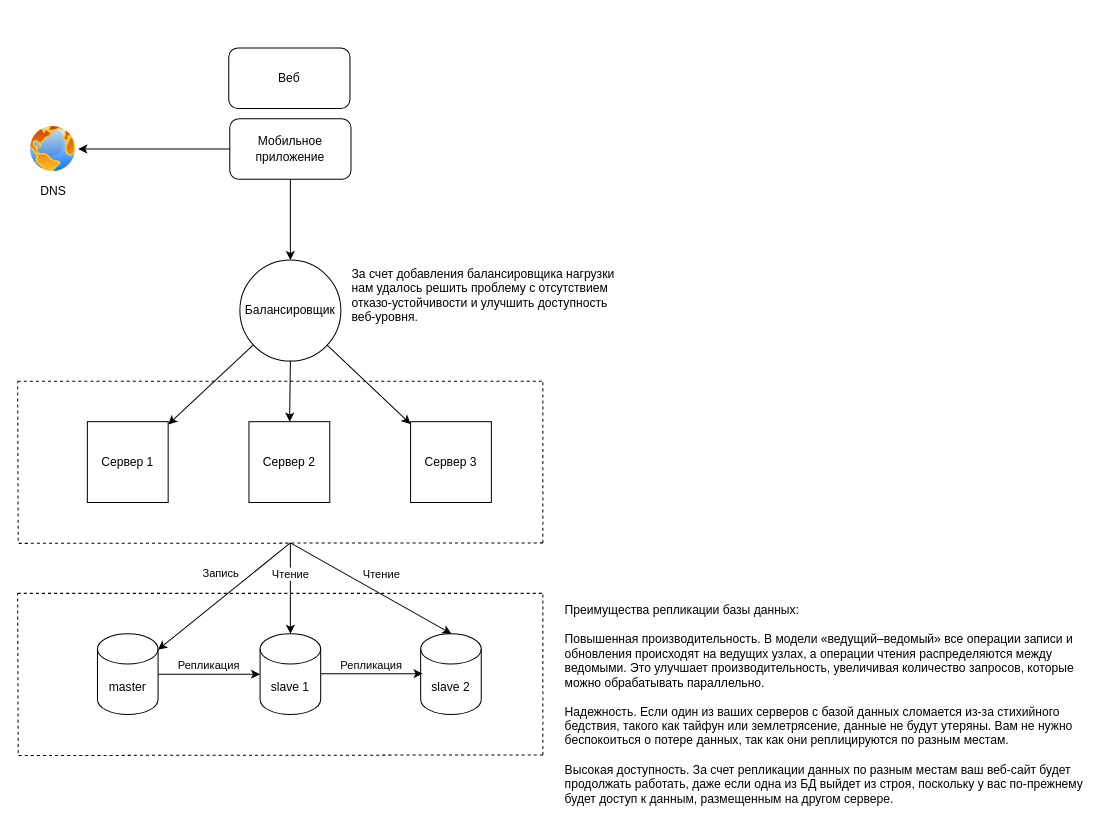
Before: system_design.drawio in agorinenko/system-design-interview, a draw.io diagram. Source tidied: cells renumbered, new cells numbered last; positions are measured from the earlier drawing's top-left corner, leaving out a move shared by most shapes. Both pictures are drawn from the tidied source at 101%, with x=0, y=0 at pixel (17, 47).
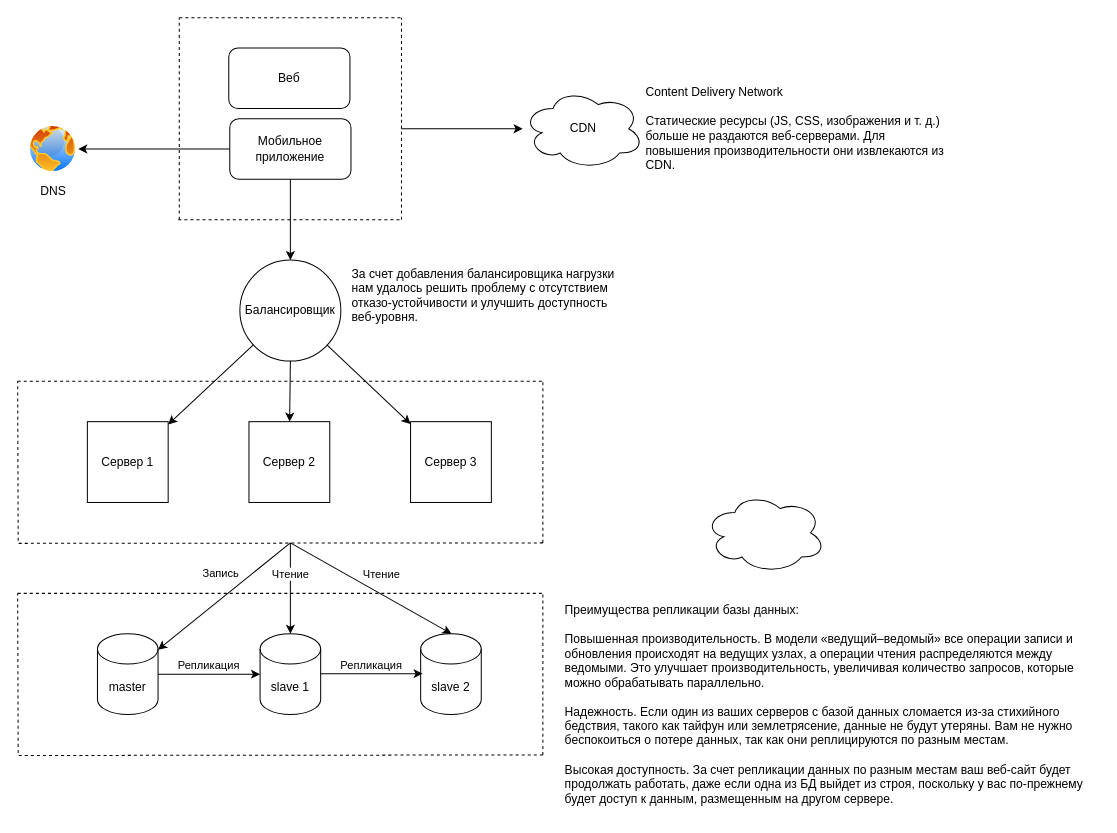
The same page after the edit.

What changed in the source:
```diff
@@
+    <mxCell id="35" value="CDN" style="ellipse;shape=cloud;whiteSpace=wrap;html=1;" parent="1" vertex="1">
+      <mxGeometry x="500" y="40" width="120" height="80" as="geometry" />
+    </mxCell>
+    <mxCell id="36" style="ellipse;shape=cloud;whiteSpace=wrap;html=1;" parent="1" vertex="1">
+      <mxGeometry x="680" y="440" width="120" height="80" as="geometry" />
+    </mxCell>
+    <mxCell id="37" style="endArrow=none;dashed=1;html=1;rounded=0;" parent="1" edge="1">
+      <mxGeometry relative="1" as="geometry">
+        <mxPoint x="160" y="170" as="sourcePoint" />
+        <mxPoint x="160" y="-30" as="targetPoint" />
+      </mxGeometry>
+    </mxCell>
+    <mxCell id="38" style="endArrow=none;dashed=1;html=1;rounded=0;" parent="1" edge="1">
+      <mxGeometry relative="1" as="geometry">
+        <mxPoint x="160" y="-30" as="sourcePoint" />
+        <mxPoint x="380" y="-30" as="targetPoint" />
+      </mxGeometry>
+    </mxCell>
+    <mxCell id="39" style="endArrow=none;dashed=1;html=1;rounded=0;" parent="1" edge="1">
+      <mxGeometry relative="1" as="geometry">
+        <mxPoint x="380" y="170" as="sourcePoint" />
+        <mxPoint x="380" y="-30" as="targetPoint" />
+      </mxGeometry>
+    </mxCell>
+    <mxCell id="40" style="endArrow=none;dashed=1;html=1;rounded=0;" parent="1" edge="1">
+      <mxGeometry relative="1" as="geometry">
+        <mxPoint x="159" y="170" as="sourcePoint" />
+        <mxPoint x="379" y="170" as="targetPoint" />
+      </mxGeometry>
+    </mxCell>
+    <mxCell id="41" style="endArrow=classic;html=1;rounded=0;" parent="1" edge="1" target="35">
+      <mxGeometry relative="1" as="geometry">
+        <mxPoint x="380" y="80" as="sourcePoint" />
+      </mxGeometry>
+    </mxCell>
+    <mxCell id="42" value="&lt;div&gt;Content Delivery Network&lt;br&gt;&lt;/div&gt;&lt;div&gt;&lt;br&gt;&lt;/div&gt;Статические ресурсы (JS, CSS, изображения и т. д.) больше не раздаются веб-серверами. Для повышения производительности они извлекаются из CDN." style="text;html=1;align=left;verticalAlign=middle;whiteSpace=wrap;rounded=0;" parent="1" vertex="1">
+      <mxGeometry x="620" y="27.5" width="303" height="105" as="geometry" />
+    </mxCell>
```
